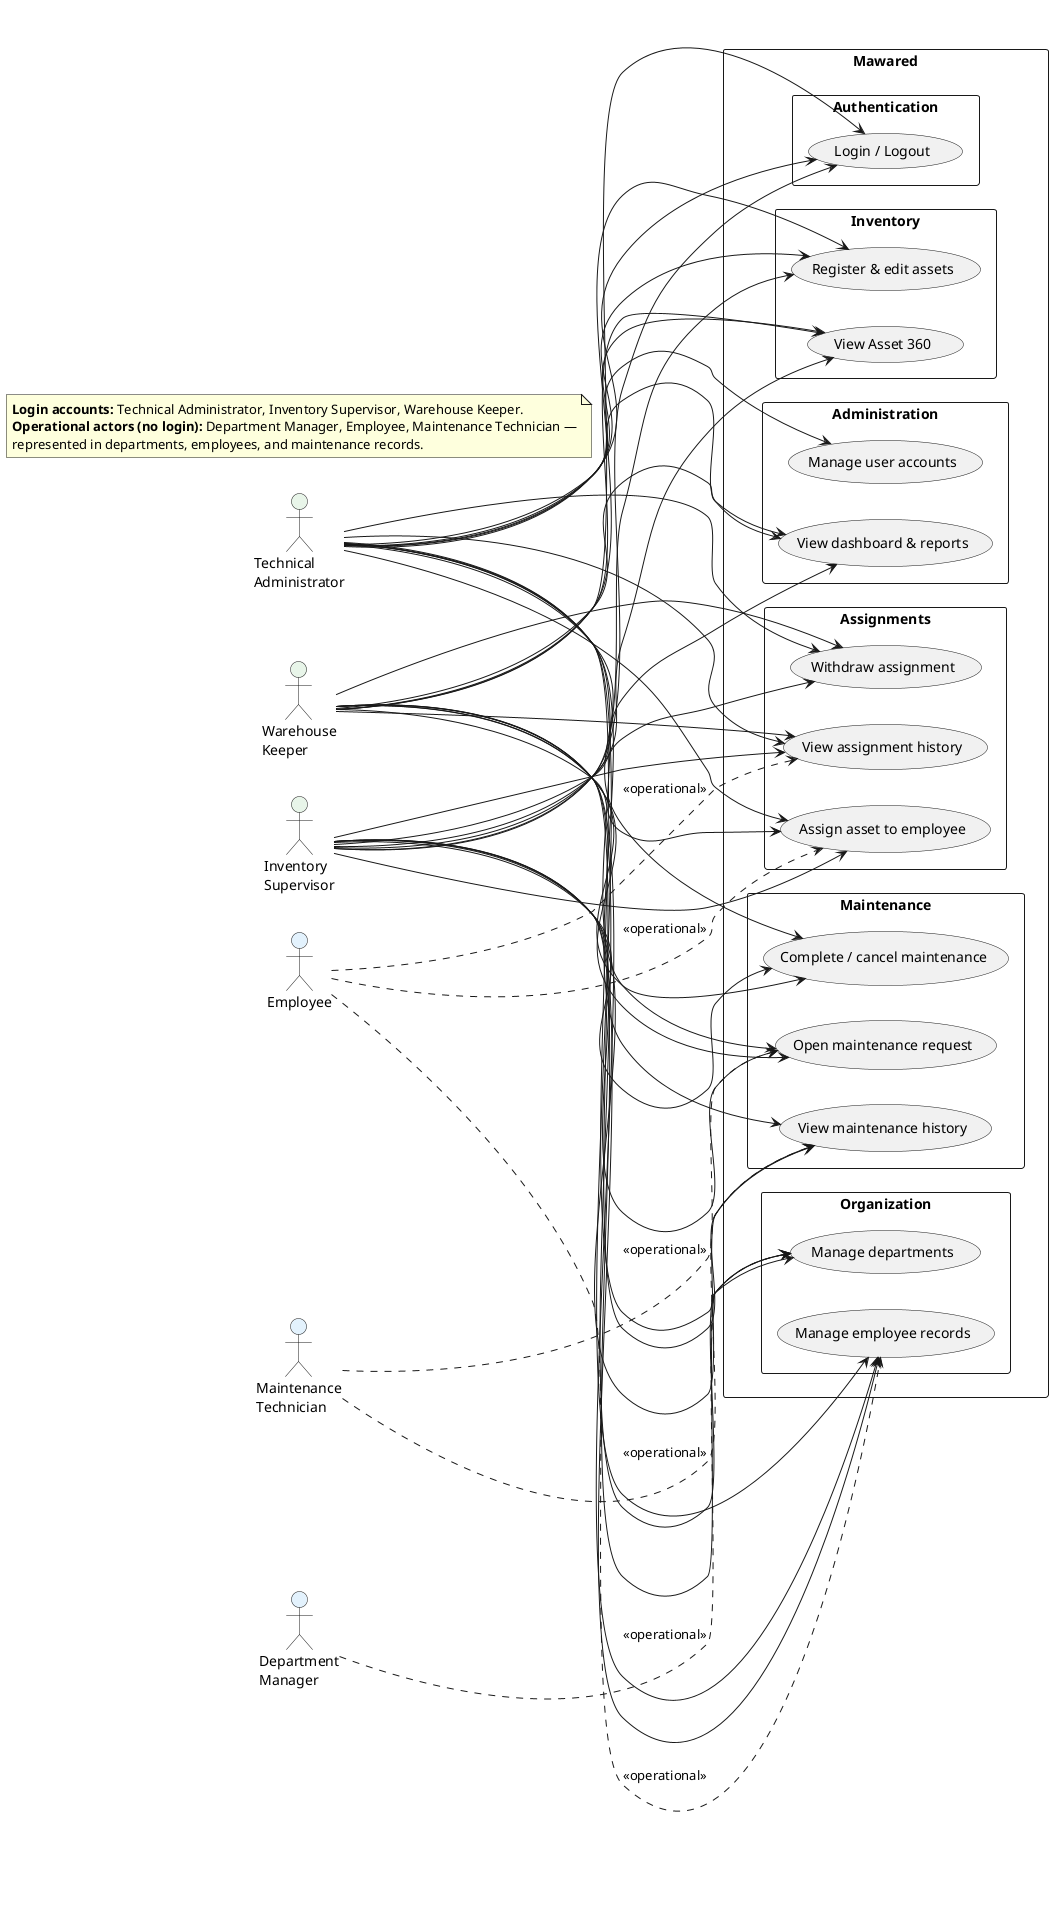
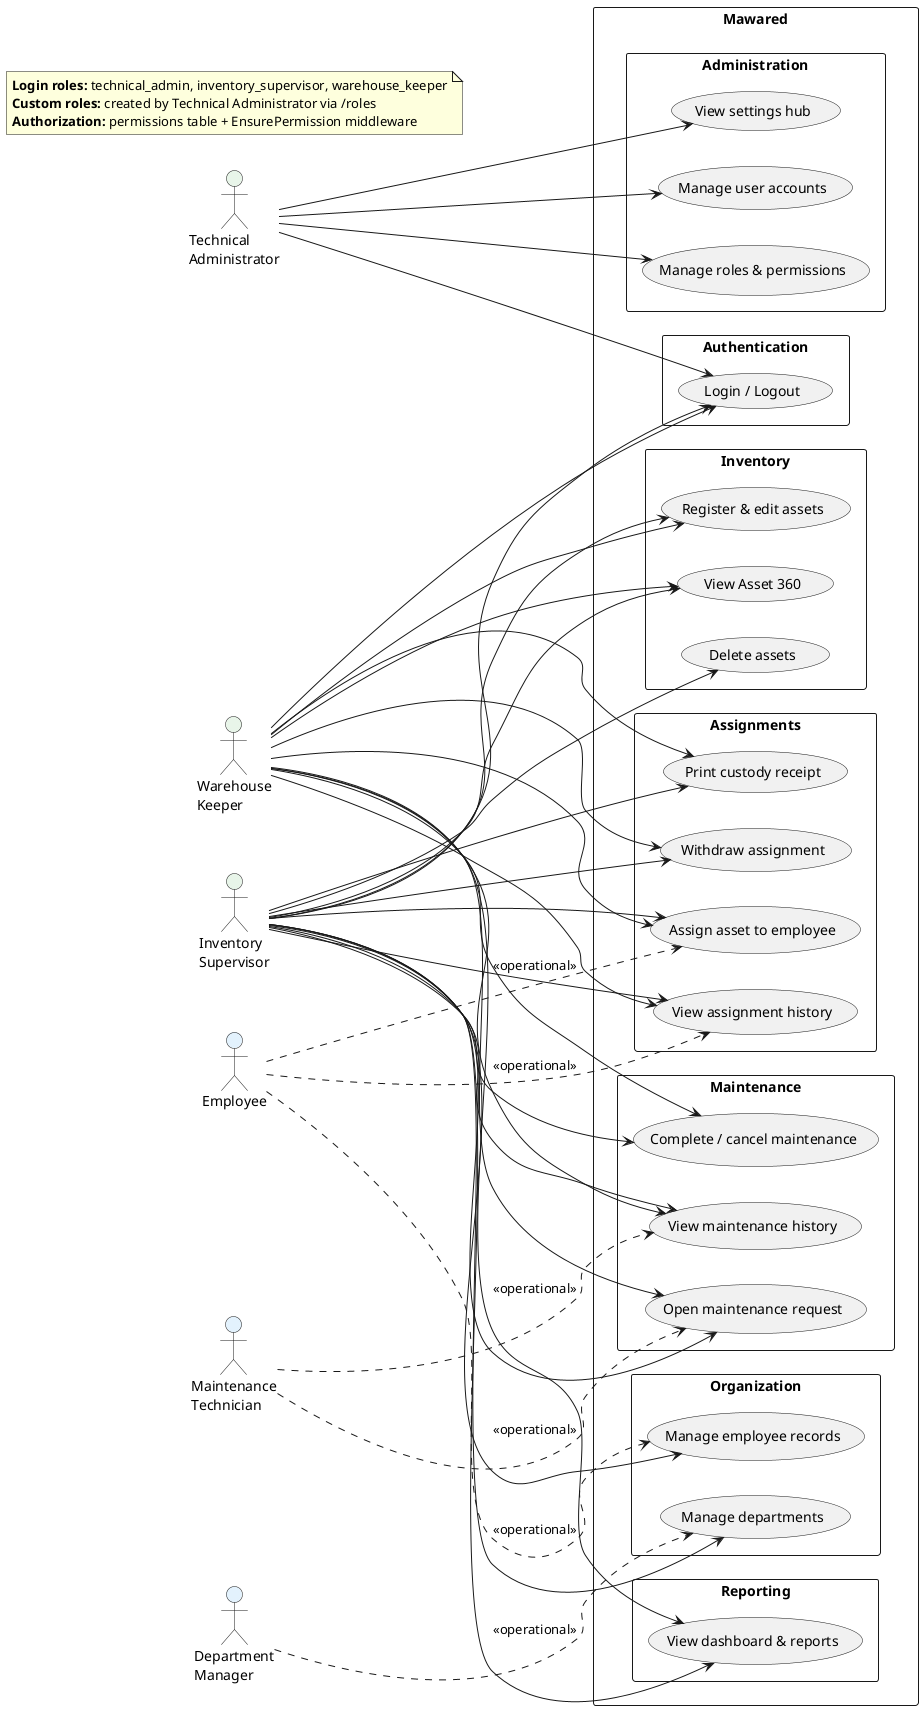
@startuml mawared-use-case-overview
- ' High-level use cases mapped to actors
+ ' High-level use cases mapped to actors (Dynamic RBAC)

left to right direction
skinparam packageStyle rectangle
skinparam shadowing false

actor "Technical\nAdministrator" as TA #E8F5E9
actor "Inventory\nSupervisor" as IS #E8F5E9
actor "Warehouse\nKeeper" as WK #E8F5E9
actor "Department\nManager" as DM #E3F2FD
actor "Employee" as EM #E3F2FD
actor "Maintenance\nTechnician" as MT #E3F2FD

rectangle "Mawared" {

  package "Authentication" {
    usecase "Login / Logout" as UC1
  }

+   package "Administration" {
+     usecase "Manage user accounts" as UC12
+     usecase "Manage roles & permissions" as UC14
+     usecase "View settings hub" as UC15
+   }
+ 
  package "Inventory" {
    usecase "Register & edit assets" as UC2
+     usecase "Delete assets" as UC2b
    usecase "View Asset 360" as UC3
  }

  package "Assignments" {
    usecase "Assign asset to employee" as UC4
    usecase "Withdraw assignment" as UC5
    usecase "View assignment history" as UC6
+     usecase "Print custody receipt" as UC6b
  }

  package "Maintenance" {
    usecase "Open maintenance request" as UC7
    usecase "Complete / cancel maintenance" as UC8
    usecase "View maintenance history" as UC9
  }

  package "Organization" {
    usecase "Manage departments" as UC10
    usecase "Manage employee records" as UC11
  }

-   package "Administration" {
-     usecase "Manage user accounts" as UC12
+   package "Reporting" {
    usecase "View dashboard & reports" as UC13
  }

}

- ' --- System login actors ---
- 
TA --> UC1
IS --> UC1
WK --> UC1

- TA --> UC2
- TA --> UC3
- TA --> UC4
- TA --> UC5
- TA --> UC6
- TA --> UC7
- TA --> UC8
- TA --> UC9
- TA --> UC10
- TA --> UC11
TA --> UC12
- TA --> UC13
+ TA --> UC14
+ TA --> UC15

IS --> UC2
+ IS --> UC2b
IS --> UC3
IS --> UC4
IS --> UC5
IS --> UC6
+ IS --> UC6b
IS --> UC7
IS --> UC8
IS --> UC9
IS --> UC10
IS --> UC11
IS --> UC13

WK --> UC2
WK --> UC3
WK --> UC4
WK --> UC5
WK --> UC6
+ WK --> UC6b
WK --> UC7
WK --> UC8
WK --> UC9
- WK --> UC10
- WK --> UC11
WK --> UC13
- 
- ' --- Operational actors (no login) ---

DM ..> UC10 : <<operational>>
EM ..> UC4 : <<operational>>
EM ..> UC6 : <<operational>>
EM ..> UC11 : <<operational>>
MT ..> UC7 : <<operational>>
MT ..> UC9 : <<operational>>

note as N1
-   **Login accounts:** Technical Administrator, Inventory Supervisor, Warehouse Keeper.
-   **Operational actors (no login):** Department Manager, Employee, Maintenance Technician —
-   represented in departments, employees, and maintenance records.
+   **Login roles:** technical_admin, inventory_supervisor, warehouse_keeper
+   **Custom roles:** created by Technical Administrator via /roles
+   **Authorization:** permissions table + EnsurePermission middleware
end note

@enduml
